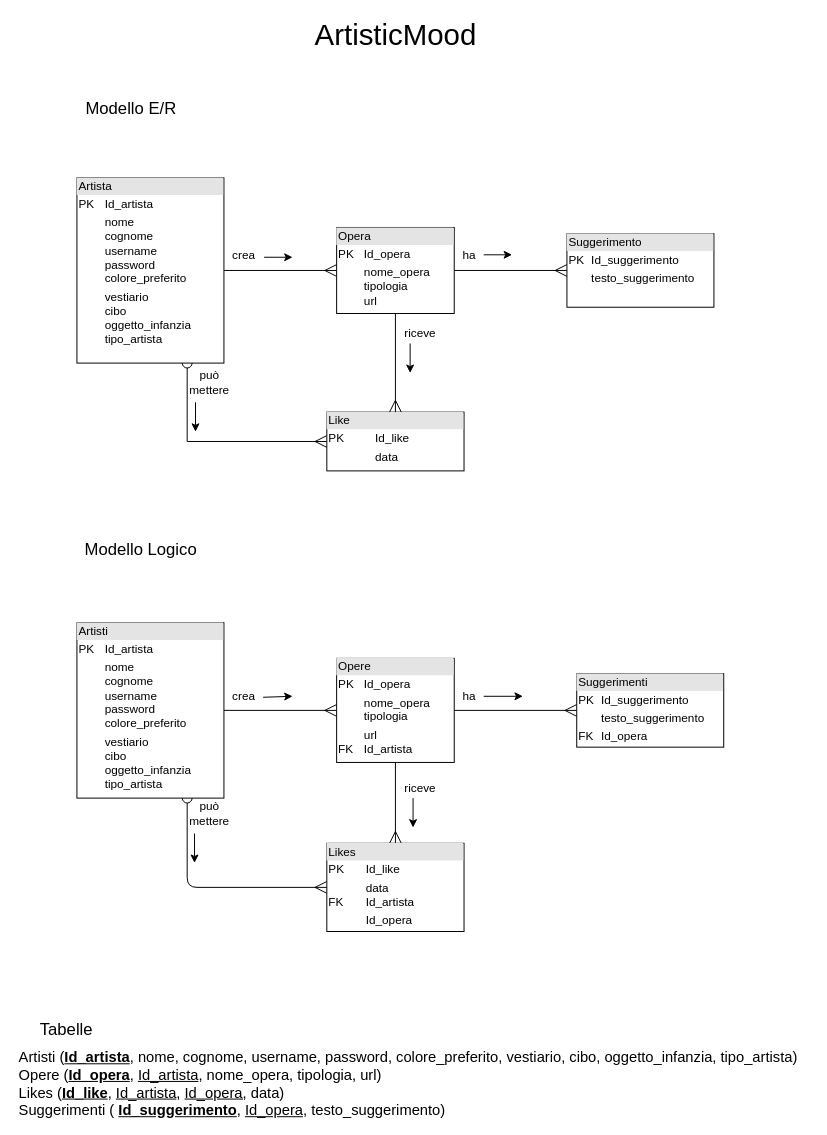
Before: ArtisticMood.drawio in ChiaraGismondi02/ArtisticMood, a draw.io diagram. Source tidied: cells renumbered, new cells numbered last; positions are measured from the earlier drawing's top-left corner, leaving out a move shared by most shapes. Both pictures are drawn from the tidied source at 98%, with x=0, y=0 at pixel (17, 20).
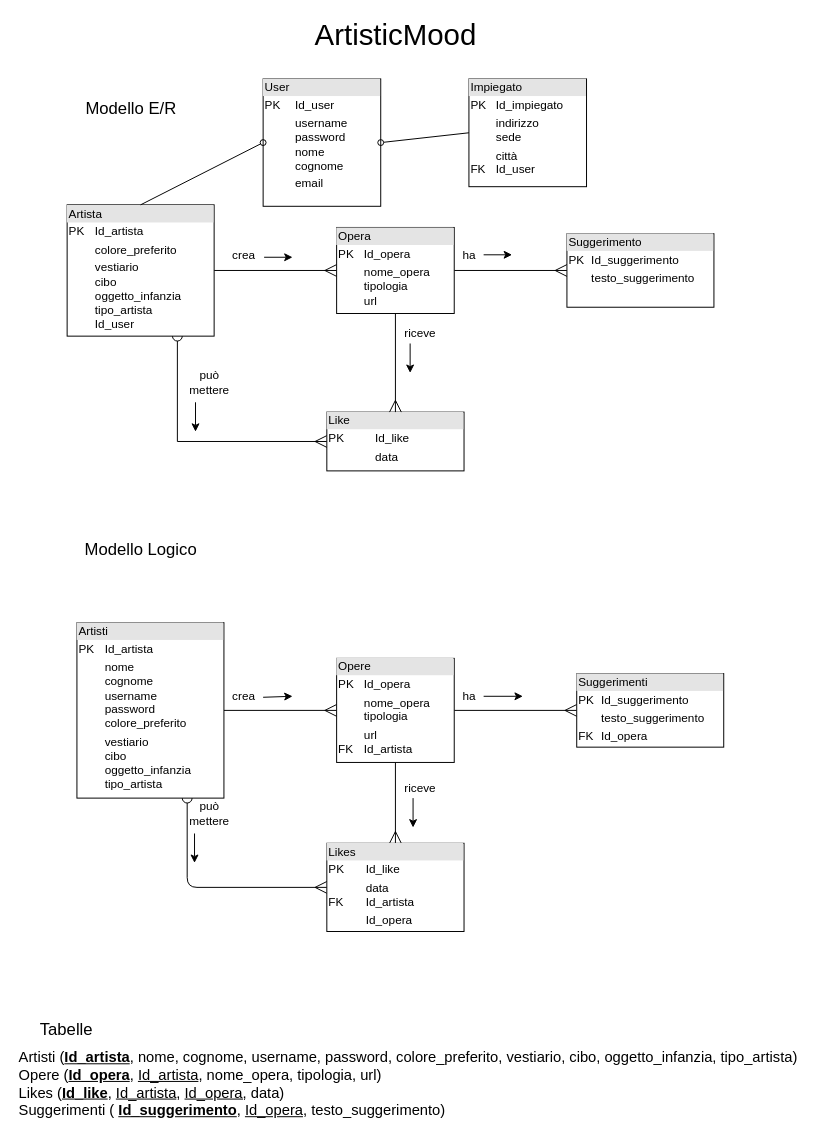
Above is the later version.

Diff of the diagram source:
```diff
@@
-    <mxCell id="4" value="&lt;div style=&quot;box-sizing: border-box ; width: 100% ; background: #e4e4e4 ; padding: 2px&quot;&gt;Artista&lt;/div&gt;&lt;table style=&quot;width: 100% ; font-size: 1em&quot; cellpadding=&quot;2&quot; cellspacing=&quot;0&quot;&gt;&lt;tbody&gt;&lt;tr&gt;&lt;td&gt;PK&lt;/td&gt;&lt;td&gt;Id_artista&lt;br&gt;&lt;/td&gt;&lt;/tr&gt;&lt;tr&gt;&lt;td&gt;&lt;br&gt;&lt;/td&gt;&lt;td&gt;nome&lt;br&gt;cognome&lt;br&gt;username&lt;br&gt;password&lt;br&gt;colore_preferito&lt;/td&gt;&lt;/tr&gt;&lt;tr&gt;&lt;td&gt;&lt;/td&gt;&lt;td&gt;vestiario&lt;br&gt;cibo&lt;br&gt;oggetto_infanzia&lt;br&gt;tipo_artista&lt;/td&gt;&lt;/tr&gt;&lt;/tbody&gt;&lt;/table&gt;" style="verticalAlign=top;align=left;overflow=fill;html=1;" parent="1" vertex="1">
-      <mxGeometry x="61" y="161" width="150" height="189" as="geometry" />
+    <mxCell id="4" value="&lt;div style=&quot;box-sizing: border-box ; width: 100% ; background: #e4e4e4 ; padding: 2px&quot;&gt;Artista&lt;/div&gt;&lt;table style=&quot;width: 100% ; font-size: 1em&quot; cellpadding=&quot;2&quot; cellspacing=&quot;0&quot;&gt;&lt;tbody&gt;&lt;tr&gt;&lt;td&gt;PK&lt;/td&gt;&lt;td&gt;Id_artista&lt;br&gt;&lt;/td&gt;&lt;/tr&gt;&lt;tr&gt;&lt;td&gt;&lt;br&gt;&lt;/td&gt;&lt;td&gt;colore_preferito&lt;/td&gt;&lt;/tr&gt;&lt;tr&gt;&lt;td&gt;&lt;/td&gt;&lt;td&gt;vestiario&lt;br&gt;cibo&lt;br&gt;oggetto_infanzia&lt;br&gt;tipo_artista&lt;br&gt;Id_user&lt;/td&gt;&lt;/tr&gt;&lt;/tbody&gt;&lt;/table&gt;" style="verticalAlign=top;align=left;overflow=fill;html=1;" parent="1" vertex="1">
+      <mxGeometry x="51" y="188.5" width="150" height="134" as="geometry" />
     </mxCell>
@@
+    <mxCell id="39" value="&lt;div style=&quot;box-sizing: border-box ; width: 100% ; background: #e4e4e4 ; padding: 2px&quot;&gt;Impiegato&lt;/div&gt;&lt;table style=&quot;width: 100% ; font-size: 1em&quot; cellpadding=&quot;2&quot; cellspacing=&quot;0&quot;&gt;&lt;tbody&gt;&lt;tr&gt;&lt;td&gt;PK&lt;/td&gt;&lt;td&gt;Id_impiegato&lt;br&gt;&lt;/td&gt;&lt;/tr&gt;&lt;tr&gt;&lt;td&gt;&lt;br&gt;&lt;br&gt;&lt;/td&gt;&lt;td&gt;indirizzo&lt;br&gt;sede&lt;/td&gt;&lt;/tr&gt;&lt;tr&gt;&lt;td&gt;&lt;br&gt;FK&lt;/td&gt;&lt;td&gt;città&lt;br&gt;Id_user&lt;/td&gt;&lt;/tr&gt;&lt;/tbody&gt;&lt;/table&gt;" style="verticalAlign=top;align=left;overflow=fill;html=1;" parent="1" vertex="1">
+      <mxGeometry x="461" y="60" width="120" height="110" as="geometry" />
+    </mxCell>
+    <mxCell id="40" value="&lt;div style=&quot;box-sizing: border-box ; width: 100% ; background: #e4e4e4 ; padding: 2px&quot;&gt;User&lt;/div&gt;&lt;table style=&quot;width: 100% ; font-size: 1em&quot; cellpadding=&quot;2&quot; cellspacing=&quot;0&quot;&gt;&lt;tbody&gt;&lt;tr&gt;&lt;td&gt;PK&lt;/td&gt;&lt;td&gt;Id_user&lt;br&gt;&lt;/td&gt;&lt;/tr&gt;&lt;tr&gt;&lt;td&gt;&lt;br&gt;&lt;br&gt;&lt;/td&gt;&lt;td&gt;username&lt;br&gt;password&lt;br&gt;nome&lt;br&gt;cognome&lt;br&gt;&lt;/td&gt;&lt;/tr&gt;&lt;tr&gt;&lt;td&gt;&lt;/td&gt;&lt;td&gt;email&lt;/td&gt;&lt;/tr&gt;&lt;/tbody&gt;&lt;/table&gt;" style="verticalAlign=top;align=left;overflow=fill;html=1;" parent="1" vertex="1">
+      <mxGeometry x="251" y="60" width="120" height="130" as="geometry" />
+    </mxCell>
+    <mxCell id="41" style="endArrow=oval;html=1;exitX=0.5;exitY=0;exitDx=0;exitDy=0;entryX=0;entryY=0.5;entryDx=0;entryDy=0;endFill=0;" parent="1" edge="1" source="4" target="40">
+      <mxGeometry relative="1" as="geometry" />
+    </mxCell>
+    <mxCell id="42" style="endArrow=none;html=1;exitX=1;exitY=0.5;exitDx=0;exitDy=0;entryX=0;entryY=0.5;entryDx=0;entryDy=0;startArrow=oval;startFill=0;" parent="1" edge="1" source="40" target="39">
+      <mxGeometry relative="1" as="geometry" />
+    </mxCell>
```
